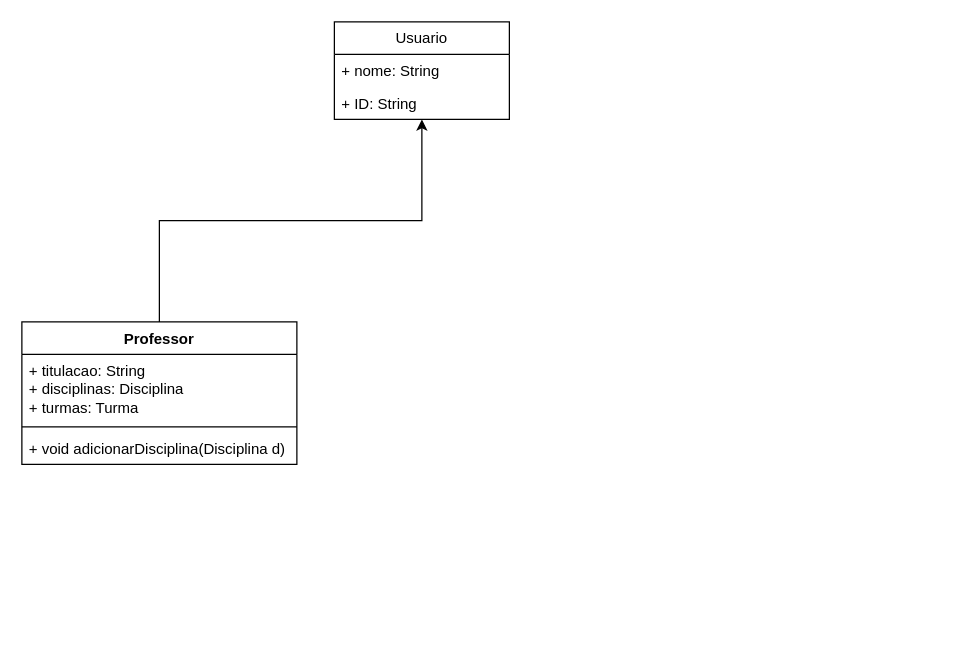
Earlier version of the draw.io diagram UMLS/Professor.drawio (Gotoxico/EscolaPOO2). Source tidied: cells renumbered, new cells numbered last; positions are measured from the earlier drawing's top-left corner, leaving out a move shared by most shapes. Both pictures are drawn from the tidied source at 125%, with x=0, y=0 at pixel (21, 21).
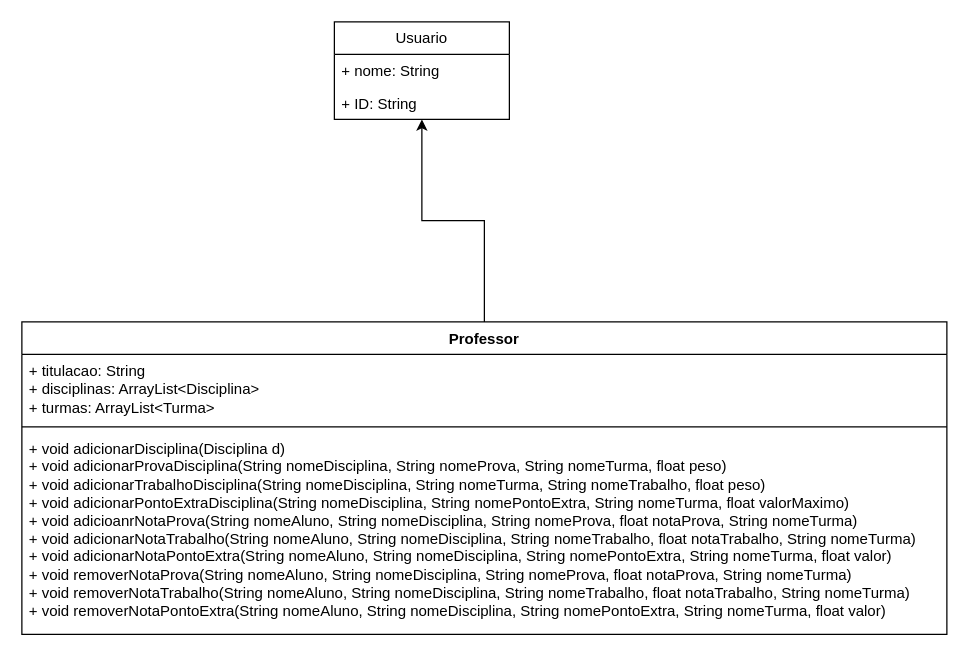
After the change.

Commit message (it also covers changes not shown here):
added remover methods and changed UML

What changed in the source:
```diff
@@
 <mxGraphModel>
   <root>
     <mxCell id="0" />
     <mxCell id="1" parent="0" />
     <mxCell id="2" style="edgeStyle=orthogonalEdgeStyle;rounded=0;jettySize=auto;html=1;exitX=0.5;exitY=0;exitDx=0;exitDy=0;entryX=0.5;entryY=1;entryDx=0;entryDy=0;" parent="1" edge="1" source="3" target="7">
       <mxGeometry relative="1" as="geometry" />
     </mxCell>
     <mxCell id="3" value="Professor" style="swimlane;fontStyle=1;align=center;verticalAlign=top;horizontal=1;startSize=26;whiteSpace=wrap;html=1;" parent="1" vertex="1">
-      <mxGeometry y="240" width="220" height="114" as="geometry" />
+      <mxGeometry y="240" width="740" height="250" as="geometry" />
     </mxCell>
-    <mxCell id="4" value="&lt;div&gt;+ titulacao: String&lt;/div&gt;&lt;div&gt;+ disciplinas: Disciplina&lt;br&gt;&lt;/div&gt;&lt;div&gt;+ turmas: Turma&lt;br&gt;&lt;/div&gt;" style="text;strokeColor=none;fillColor=none;align=left;verticalAlign=top;spacingLeft=4;spacingRight=4;overflow=hidden;whiteSpace=wrap;html=1;" parent="3" vertex="1">
-      <mxGeometry y="26" width="220" height="54" as="geometry" />
+    <mxCell id="4" value="&lt;div&gt;+ titulacao: String&lt;/div&gt;&lt;div&gt;+ disciplinas: ArrayList&amp;lt;Disciplina&amp;gt;&lt;br&gt;&lt;/div&gt;&lt;div&gt;+ turmas: ArrayList&amp;lt;Turma&amp;gt;&lt;br&gt;&lt;/div&gt;" style="text;strokeColor=none;fillColor=none;align=left;verticalAlign=top;spacingLeft=4;spacingRight=4;overflow=hidden;whiteSpace=wrap;html=1;" parent="3" vertex="1">
+      <mxGeometry y="26" width="740" height="54" as="geometry" />
     </mxCell>
     <mxCell id="5" style="line;strokeWidth=1;fillColor=none;align=left;verticalAlign=middle;spacingTop=-1;spacingLeft=3;spacingRight=3;labelPosition=right;strokeColor=inherit;" parent="3" vertex="1">
-      <mxGeometry y="80" width="220" height="8" as="geometry" />
+      <mxGeometry y="80" width="740" height="8" as="geometry" />
     </mxCell>
-    <mxCell id="6" value="+ void adicionarDisciplina(Disciplina d)" style="text;strokeColor=none;fillColor=none;align=left;verticalAlign=top;spacingLeft=4;spacingRight=4;overflow=hidden;whiteSpace=wrap;html=1;" parent="3" vertex="1">
-      <mxGeometry y="88" width="220" height="26" as="geometry" />
+    <mxCell id="6" value="&lt;div&gt;+ void adicionarDisciplina(Disciplina d)&lt;/div&gt;&lt;div&gt;+ void adicionarProvaDisciplina(String nomeDisciplina, String nomeProva, String nomeTurma, float peso)&lt;br&gt;&lt;/div&gt;&lt;div&gt;+ void adicionarTrabalhoDisciplina(String nomeDisciplina, String nomeTurma, String nomeTrabalho, float peso)&lt;/div&gt;&lt;div&gt;+ void adicionarPontoExtraDisciplina(String nomeDisciplina, String nomePontoExtra, String nomeTurma, float valorMaximo)&lt;/div&gt;&lt;div&gt;+ void adicioanrNotaProva(String nomeAluno, String nomeDisciplina, String nomeProva, float notaProva, String nomeTurma)&lt;br&gt;&lt;/div&gt;&lt;div&gt;+ void adicionarNotaTrabalho(String nomeAluno, String nomeDisciplina, String nomeTrabalho, float notaTrabalho, String nomeTurma)&lt;/div&gt;&lt;div&gt;+ void adicionarNotaPontoExtra(String nomeAluno, String nomeDisciplina, String nomePontoExtra, String nomeTurma, float valor)&lt;/div&gt;&lt;div&gt;+ void removerNotaProva(String nomeAluno, String nomeDisciplina, String nomeProva, float notaProva, String nomeTurma)&lt;/div&gt;&lt;div&gt;+ void removerNotaTrabalho(String nomeAluno, String nomeDisciplina, String nomeTrabalho, float notaTrabalho, String nomeTurma)&lt;/div&gt;&lt;div&gt;+ void removerNotaPontoExtra(String nomeAluno, String nomeDisciplina, String nomePontoExtra, String nomeTurma, float valor)&lt;br&gt;&lt;/div&gt;" style="text;strokeColor=none;fillColor=none;align=left;verticalAlign=top;spacingLeft=4;spacingRight=4;overflow=hidden;whiteSpace=wrap;html=1;" parent="3" vertex="1">
+      <mxGeometry y="88" width="740" height="162" as="geometry" />
     </mxCell>
     <mxCell id="7" value="Usuario" style="swimlane;fontStyle=0;horizontal=1;startSize=26;fillColor=none;whiteSpace=wrap;html=1;" parent="1" vertex="1">
       <mxGeometry x="250" width="140" height="78" as="geometry" />
     </mxCell>
     <mxCell id="8" value="+ nome: String" style="text;strokeColor=none;fillColor=none;align=left;verticalAlign=top;spacingLeft=4;spacingRight=4;overflow=hidden;whiteSpace=wrap;html=1;" parent="7" vertex="1">
       <mxGeometry y="26" width="140" height="26" as="geometry" />
     </mxCell>
     <mxCell id="9" value="+ ID: String" style="text;strokeColor=none;fillColor=none;align=left;verticalAlign=top;spacingLeft=4;spacingRight=4;overflow=hidden;whiteSpace=wrap;html=1;" parent="7" vertex="1">
       <mxGeometry y="52" width="140" height="26" as="geometry" />
     </mxCell>
   </root>
 </mxGraphModel>
```
